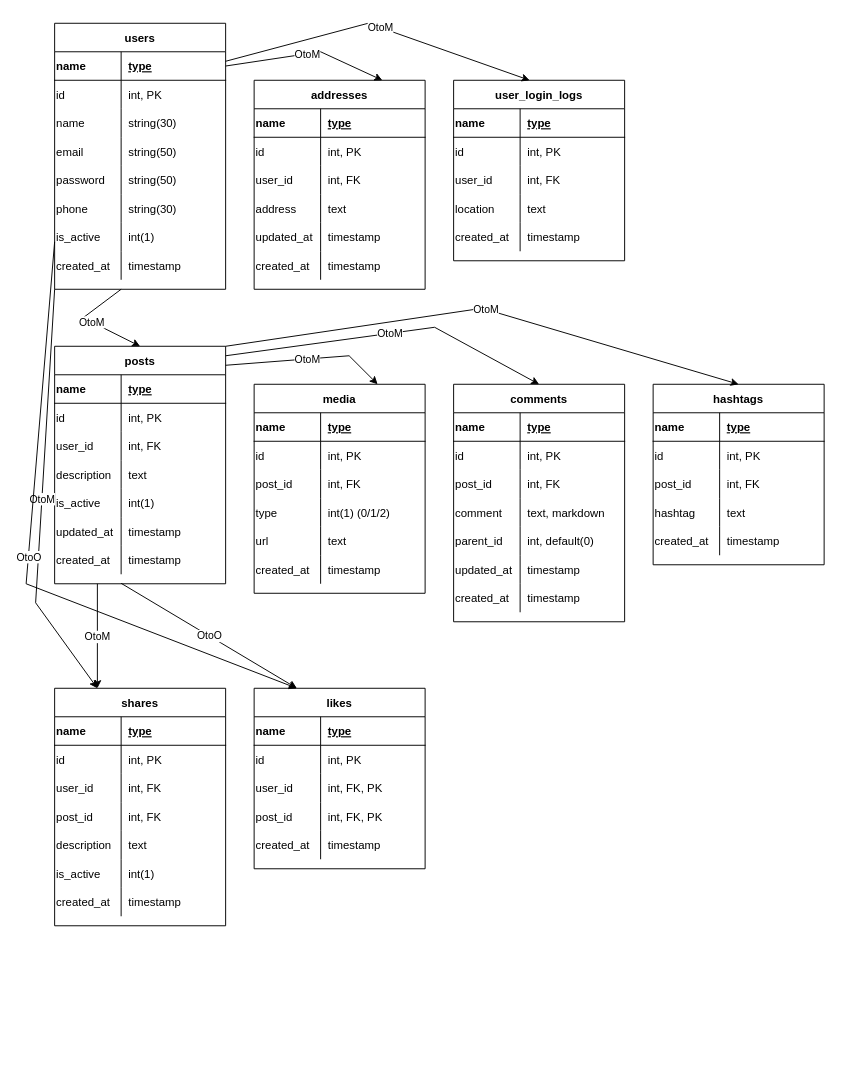
Earlier version of the draw.io diagram Untitled Diagram.drawio (teka808/diagrams). Source tidied: cells renumbered, new cells numbered last; positions are measured from the earlier drawing's top-left corner, leaving out a move shared by most shapes. Both pictures are drawn from the tidied source at 95%, with x=0, y=0 at pixel (26, 23).
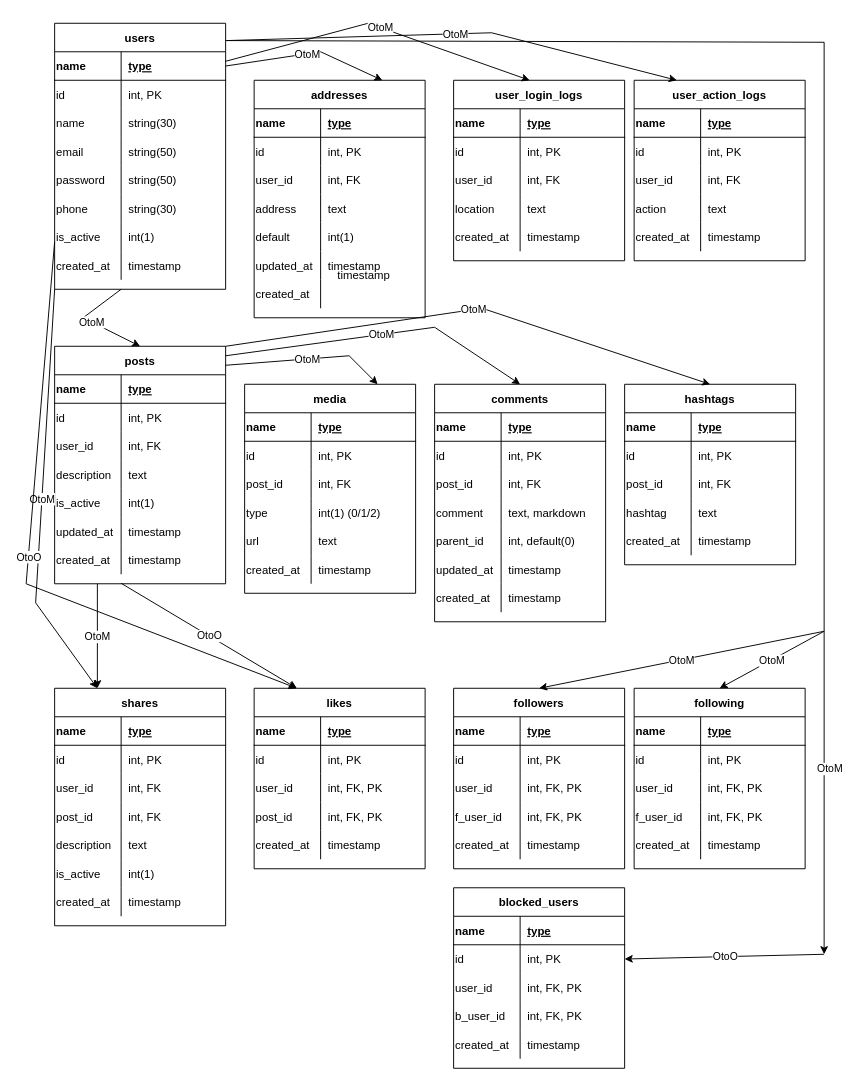
Above is the later version.

The change refers to these unchanged cells:
```xml
<mxCell id="2" value="users" style="shape=table;startSize=30;childLayout=tableLayout;rowLines=0;fontStyle=1;align=center;" parent="1" vertex="1">
  <mxGeometry x="30" width="180" height="280" as="geometry" />
</mxCell>
<mxCell id="40" style="shape=tableRow;horizontal=0;startSize=0;swimlaneHead=0;swimlaneBody=0;fillColor=none;top=0;left=0;right=0;bottom=0;" parent="27" vertex="1">
  <mxGeometry y="150" width="180" height="30" as="geometry" />
</mxCell>
<mxCell id="43" style="shape=tableRow;horizontal=0;startSize=0;swimlaneHead=0;swimlaneBody=0;fillColor=none;top=0;left=0;right=0;bottom=0;" parent="27" vertex="1">
  <mxGeometry y="180" width="180" height="30" as="geometry" />
</mxCell>
```

Diff of the diagram source:
```diff
@@
     <mxCell id="27" value="addresses" style="shape=table;startSize=30;childLayout=tableLayout;rowLines=0;fontStyle=1;align=center;" parent="1" vertex="1">
-      <mxGeometry x="240" y="60" width="180" height="220" as="geometry" />
+      <mxGeometry x="240" y="60" width="180" height="250" as="geometry" />
     </mxCell>
@@
-    <mxCell id="41" value="updated_at" style="shape=partialRectangle;fillColor=none;top=0;left=0;bottom=0;right=0;overflow=hidden;align=left;" parent="40" vertex="1">
+    <mxCell id="41" value="default" style="shape=partialRectangle;fillColor=none;top=0;left=0;bottom=0;right=0;overflow=hidden;align=left;" parent="40" vertex="1">
       <mxGeometry width="70" height="30" as="geometry" />
     </mxCell>
-    <mxCell id="42" value="timestamp" style="shape=partialRectangle;fillColor=none;top=0;left=0;bottom=0;right=0;align=left;spacingLeft=6;overflow=hidden;" parent="40" vertex="1">
+    <mxCell id="42" value="int(1)" style="shape=partialRectangle;fillColor=none;top=0;left=0;bottom=0;right=0;align=left;spacingLeft=6;overflow=hidden;" parent="40" vertex="1">
       <mxGeometry x="70" width="110" height="30" as="geometry" />
     </mxCell>
@@
-    <mxCell id="44" value="created_at" style="shape=partialRectangle;fillColor=none;top=0;left=0;bottom=0;right=0;overflow=hidden;align=left;" parent="43" vertex="1">
+    <mxCell id="44" value="updated_at" style="shape=partialRectangle;fillColor=none;top=0;left=0;bottom=0;right=0;overflow=hidden;align=left;" parent="43" vertex="1">
       <mxGeometry width="70" height="30" as="geometry" />
     </mxCell>
@@
+    <mxCell id="199" style="shape=tableRow;horizontal=0;startSize=0;swimlaneHead=0;swimlaneBody=0;fillColor=none;top=0;left=0;right=0;bottom=0;" parent="27" vertex="1">
+      <mxGeometry y="210" width="180" height="30" as="geometry" />
+    </mxCell>
+    <mxCell id="200" value="created_at" style="shape=partialRectangle;fillColor=none;top=0;left=0;bottom=0;right=0;overflow=hidden;align=left;" parent="199" vertex="1">
+      <mxGeometry width="70" height="30" as="geometry" />
+    </mxCell>
+    <mxCell id="201" style="shape=partialRectangle;fillColor=none;top=0;left=0;bottom=0;right=0;align=left;spacingLeft=6;overflow=hidden;" parent="199" vertex="1">
+      <mxGeometry x="70" width="110" height="30" as="geometry" />
+    </mxCell>
@@
     <mxCell id="68" value="media" style="shape=table;startSize=30;childLayout=tableLayout;rowLines=0;fontStyle=1;align=center;" parent="1" vertex="1">
-      <mxGeometry x="240" y="380" width="180" height="220" as="geometry" />
+      <mxGeometry x="230" y="380" width="180" height="220" as="geometry" />
     </mxCell>
@@
     <mxCell id="87" value="comments" style="shape=table;startSize=30;childLayout=tableLayout;rowLines=0;fontStyle=1;align=center;" parent="1" vertex="1">
-      <mxGeometry x="450" y="380" width="180" height="250" as="geometry" />
+      <mxGeometry x="430" y="380" width="180" height="250" as="geometry" />
     </mxCell>
@@
     <mxCell id="109" value="hashtags" style="shape=table;startSize=30;childLayout=tableLayout;rowLines=0;fontStyle=1;align=center;" parent="1" vertex="1">
-      <mxGeometry x="660" y="380" width="180" height="190" as="geometry" />
+      <mxGeometry x="630" y="380" width="180" height="190" as="geometry" />
     </mxCell>
@@
+    <mxCell id="202" value="followers" style="shape=table;startSize=30;childLayout=tableLayout;rowLines=0;fontStyle=1;align=center;" parent="1" vertex="1">
+      <mxGeometry x="450" y="700" width="180" height="190" as="geometry" />
+    </mxCell>
+    <mxCell id="203" style="shape=tableRow;horizontal=0;startSize=0;swimlaneHead=0;swimlaneBody=0;fillColor=none;top=0;left=0;right=0;bottom=1;" parent="202" vertex="1">
+      <mxGeometry y="30" width="180" height="30" as="geometry" />
+    </mxCell>
+    <mxCell id="204" value="name" style="shape=partialRectangle;fillColor=none;top=0;left=0;bottom=0;right=0;fontStyle=1;overflow=hidden;align=left;" parent="203" vertex="1">
+      <mxGeometry width="70" height="30" as="geometry" />
+    </mxCell>
+    <mxCell id="205" value="type" style="shape=partialRectangle;fillColor=none;top=0;left=0;bottom=0;right=0;align=left;spacingLeft=6;fontStyle=5;overflow=hidden;" parent="203" vertex="1">
+      <mxGeometry x="70" width="110" height="30" as="geometry" />
+    </mxCell>
+    <mxCell id="206" style="shape=tableRow;horizontal=0;startSize=0;swimlaneHead=0;swimlaneBody=0;fillColor=none;top=0;left=0;right=0;bottom=0;" parent="202" vertex="1">
+      <mxGeometry y="60" width="180" height="30" as="geometry" />
+    </mxCell>
+    <mxCell id="207" value="id" style="shape=partialRectangle;fillColor=none;top=0;left=0;bottom=0;right=0;overflow=hidden;align=left;" parent="206" vertex="1">
+      <mxGeometry width="70" height="30" as="geometry" />
+    </mxCell>
+    <mxCell id="208" value="int, PK" style="shape=partialRectangle;fillColor=none;top=0;left=0;bottom=0;right=0;align=left;spacingLeft=6;overflow=hidden;" parent="206" vertex="1">
+      <mxGeometry x="70" width="110" height="30" as="geometry" />
+    </mxCell>
+    <mxCell id="209" style="shape=tableRow;horizontal=0;startSize=0;swimlaneHead=0;swimlaneBody=0;fillColor=none;top=0;left=0;right=0;bottom=0;" parent="202" vertex="1">
+      <mxGeometry y="90" width="180" height="30" as="geometry" />
+    </mxCell>
+    <mxCell id="210" value="user_id" style="shape=partialRectangle;fillColor=none;top=0;left=0;bottom=0;right=0;overflow=hidden;align=left;" parent="209" vertex="1">
+      <mxGeometry width="70" height="30" as="geometry" />
+    </mxCell>
+    <mxCell id="211" value="int, FK, PK" style="shape=partialRectangle;fillColor=none;top=0;left=0;bottom=0;right=0;align=left;spacingLeft=6;overflow=hidden;" parent="209" vertex="1">
+      <mxGeometry x="70" width="110" height="30" as="geometry" />
+    </mxCell>
+    <mxCell id="212" style="shape=tableRow;horizontal=0;startSize=0;swimlaneHead=0;swimlaneBody=0;fillColor=none;top=0;left=0;right=0;bottom=0;" parent="202" vertex="1">
+      <mxGeometry y="120" width="180" height="30" as="geometry" />
+    </mxCell>
+    <mxCell id="213" value="f_user_id" style="shape=partialRectangle;fillColor=none;top=0;left=0;bottom=0;right=0;overflow=hidden;align=left;" parent="212" vertex="1">
+      <mxGeometry width="70" height="30" as="geometry" />
+    </mxCell>
+    <mxCell id="214" value="int, FK, PK" style="shape=partialRectangle;fillColor=none;top=0;left=0;bottom=0;right=0;align=left;spacingLeft=6;overflow=hidden;" parent="212" vertex="1">
+      <mxGeometry x="70" width="110" height="30" as="geometry" />
+    </mxCell>
+    <mxCell id="215" style="shape=tableRow;horizontal=0;startSize=0;swimlaneHead=0;swimlaneBody=0;fillColor=none;top=0;left=0;right=0;bottom=0;" parent="202" vertex="1">
+      <mxGeometry y="150" width="180" height="30" as="geometry" />
+    </mxCell>
+    <mxCell id="216" value="created_at" style="shape=partialRectangle;fillColor=none;top=0;left=0;bottom=0;right=0;overflow=hidden;align=left;" parent="215" vertex="1">
+      <mxGeometry width="70" height="30" as="geometry" />
+    </mxCell>
+    <mxCell id="217" value="timestamp" style="shape=partialRectangle;fillColor=none;top=0;left=0;bottom=0;right=0;align=left;spacingLeft=6;overflow=hidden;" parent="215" vertex="1">
+      <mxGeometry x="70" width="110" height="30" as="geometry" />
+    </mxCell>
+    <mxCell id="218" value="following" style="shape=table;startSize=30;childLayout=tableLayout;rowLines=0;fontStyle=1;align=center;" parent="1" vertex="1">
+      <mxGeometry x="640" y="700" width="180" height="190" as="geometry" />
+    </mxCell>
+    <mxCell id="219" style="shape=tableRow;horizontal=0;startSize=0;swimlaneHead=0;swimlaneBody=0;fillColor=none;top=0;left=0;right=0;bottom=1;" parent="218" vertex="1">
+      <mxGeometry y="30" width="180" height="30" as="geometry" />
+    </mxCell>
+    <mxCell id="220" value="name" style="shape=partialRectangle;fillColor=none;top=0;left=0;bottom=0;right=0;fontStyle=1;overflow=hidden;align=left;" parent="219" vertex="1">
+      <mxGeometry width="70" height="30" as="geometry" />
+    </mxCell>
+    <mxCell id="221" value="type" style="shape=partialRectangle;fillColor=none;top=0;left=0;bottom=0;right=0;align=left;spacingLeft=6;fontStyle=5;overflow=hidden;" parent="219" vertex="1">
+      <mxGeometry x="70" width="110" height="30" as="geometry" />
+    </mxCell>
+    <mxCell id="222" style="shape=tableRow;horizontal=0;startSize=0;swimlaneHead=0;swimlaneBody=0;fillColor=none;top=0;left=0;right=0;bottom=0;" parent="218" vertex="1">
+      <mxGeometry y="60" width="180" height="30" as="geometry" />
+    </mxCell>
+    <mxCell id="223" value="id" style="shape=partialRectangle;fillColor=none;top=0;left=0;bottom=0;right=0;overflow=hidden;align=left;" parent="222" vertex="1">
+      <mxGeometry width="70" height="30" as="geometry" />
+    </mxCell>
+    <mxCell id="224" value="int, PK" style="shape=partialRectangle;fillColor=none;top=0;left=0;bottom=0;right=0;align=left;spacingLeft=6;overflow=hidden;" parent="222" vertex="1">
+      <mxGeometry x="70" width="110" height="30" as="geometry" />
+    </mxCell>
+    <mxCell id="225" style="shape=tableRow;horizontal=0;startSize=0;swimlaneHead=0;swimlaneBody=0;fillColor=none;top=0;left=0;right=0;bottom=0;" parent="218" vertex="1">
+      <mxGeometry y="90" width="180" height="30" as="geometry" />
+    </mxCell>
+    <mxCell id="226" value="user_id" style="shape=partialRectangle;fillColor=none;top=0;left=0;bottom=0;right=0;overflow=hidden;align=left;" parent="225" vertex="1">
+      <mxGeometry width="70" height="30" as="geometry" />
+    </mxCell>
+    <mxCell id="227" value="int, FK, PK" style="shape=partialRectangle;fillColor=none;top=0;left=0;bottom=0;right=0;align=left;spacingLeft=6;overflow=hidden;" parent="225" vertex="1">
+      <mxGeometry x="70" width="110" height="30" as="geometry" />
+    </mxCell>
+    <mxCell id="228" style="shape=tableRow;horizontal=0;startSize=0;swimlaneHead=0;swimlaneBody=0;fillColor=none;top=0;left=0;right=0;bottom=0;" parent="218" vertex="1">
+      <mxGeometry y="120" width="180" height="30" as="geometry" />
+    </mxCell>
+    <mxCell id="229" value="f_user_id" style="shape=partialRectangle;fillColor=none;top=0;left=0;bottom=0;right=0;overflow=hidden;align=left;" parent="228" vertex="1">
+      <mxGeometry width="70" height="30" as="geometry" />
+    </mxCell>
+    <mxCell id="230" value="int, FK, PK" style="shape=partialRectangle;fillColor=none;top=0;left=0;bottom=0;right=0;align=left;spacingLeft=6;overflow=hidden;" parent="228" vertex="1">
+      <mxGeometry x="70" width="110" height="30" as="geometry" />
+    </mxCell>
+    <mxCell id="231" style="shape=tableRow;horizontal=0;startSize=0;swimlaneHead=0;swimlaneBody=0;fillColor=none;top=0;left=0;right=0;bottom=0;" parent="218" vertex="1">
+      <mxGeometry y="150" width="180" height="30" as="geometry" />
+    </mxCell>
+    <mxCell id="232" value="created_at" style="shape=partialRectangle;fillColor=none;top=0;left=0;bottom=0;right=0;overflow=hidden;align=left;" parent="231" vertex="1">
+      <mxGeometry width="70" height="30" as="geometry" />
+    </mxCell>
+    <mxCell id="233" value="timestamp" style="shape=partialRectangle;fillColor=none;top=0;left=0;bottom=0;right=0;align=left;spacingLeft=6;overflow=hidden;" parent="231" vertex="1">
+      <mxGeometry x="70" width="110" height="30" as="geometry" />
+    </mxCell>
+    <mxCell id="234" value="blocked_users" style="shape=table;startSize=30;childLayout=tableLayout;rowLines=0;fontStyle=1;align=center;" parent="1" vertex="1">
+      <mxGeometry x="450" y="910" width="180" height="190" as="geometry" />
+    </mxCell>
+    <mxCell id="235" style="shape=tableRow;horizontal=0;startSize=0;swimlaneHead=0;swimlaneBody=0;fillColor=none;top=0;left=0;right=0;bottom=1;" parent="234" vertex="1">
+      <mxGeometry y="30" width="180" height="30" as="geometry" />
+    </mxCell>
+    <mxCell id="236" value="name" style="shape=partialRectangle;fillColor=none;top=0;left=0;bottom=0;right=0;fontStyle=1;overflow=hidden;align=left;" parent="235" vertex="1">
+      <mxGeometry width="70" height="30" as="geometry" />
+    </mxCell>
+    <mxCell id="237" value="type" style="shape=partialRectangle;fillColor=none;top=0;left=0;bottom=0;right=0;align=left;spacingLeft=6;fontStyle=5;overflow=hidden;" parent="235" vertex="1">
+      <mxGeometry x="70" width="110" height="30" as="geometry" />
+    </mxCell>
+    <mxCell id="238" style="shape=tableRow;horizontal=0;startSize=0;swimlaneHead=0;swimlaneBody=0;fillColor=none;points=[[0,0.5],[1,0.5]];portConstraint=eastwest;top=0;left=0;right=0;bottom=0;" parent="234" vertex="1">
+      <mxGeometry y="60" width="180" height="30" as="geometry" />
+    </mxCell>
+    <mxCell id="239" value="id" style="shape=partialRectangle;fillColor=none;top=0;left=0;bottom=0;right=0;overflow=hidden;align=left;" parent="238" vertex="1">
+      <mxGeometry width="70" height="30" as="geometry" />
+    </mxCell>
+    <mxCell id="240" value="int, PK" style="shape=partialRectangle;fillColor=none;top=0;left=0;bottom=0;right=0;align=left;spacingLeft=6;overflow=hidden;" parent="238" vertex="1">
+      <mxGeometry x="70" width="110" height="30" as="geometry" />
+    </mxCell>
+    <mxCell id="241" style="shape=tableRow;horizontal=0;startSize=0;swimlaneHead=0;swimlaneBody=0;fillColor=none;top=0;left=0;right=0;bottom=0;" parent="234" vertex="1">
+      <mxGeometry y="90" width="180" height="30" as="geometry" />
+    </mxCell>
+    <mxCell id="242" value="user_id" style="shape=partialRectangle;fillColor=none;top=0;left=0;bottom=0;right=0;overflow=hidden;align=left;" parent="241" vertex="1">
+      <mxGeometry width="70" height="30" as="geometry" />
+    </mxCell>
+    <mxCell id="243" value="int, FK, PK" style="shape=partialRectangle;fillColor=none;top=0;left=0;bottom=0;right=0;align=left;spacingLeft=6;overflow=hidden;" parent="241" vertex="1">
+      <mxGeometry x="70" width="110" height="30" as="geometry" />
+    </mxCell>
+    <mxCell id="244" style="shape=tableRow;horizontal=0;startSize=0;swimlaneHead=0;swimlaneBody=0;fillColor=none;top=0;left=0;right=0;bottom=0;" parent="234" vertex="1">
+      <mxGeometry y="120" width="180" height="30" as="geometry" />
+    </mxCell>
+    <mxCell id="245" value="b_user_id" style="shape=partialRectangle;fillColor=none;top=0;left=0;bottom=0;right=0;overflow=hidden;align=left;" parent="244" vertex="1">
+      <mxGeometry width="70" height="30" as="geometry" />
+    </mxCell>
+    <mxCell id="246" value="int, FK, PK" style="shape=partialRectangle;fillColor=none;top=0;left=0;bottom=0;right=0;align=left;spacingLeft=6;overflow=hidden;" parent="244" vertex="1">
+      <mxGeometry x="70" width="110" height="30" as="geometry" />
+    </mxCell>
+    <mxCell id="247" style="shape=tableRow;horizontal=0;startSize=0;swimlaneHead=0;swimlaneBody=0;fillColor=none;top=0;left=0;right=0;bottom=0;" parent="234" vertex="1">
+      <mxGeometry y="150" width="180" height="30" as="geometry" />
+    </mxCell>
+    <mxCell id="248" value="created_at" style="shape=partialRectangle;fillColor=none;top=0;left=0;bottom=0;right=0;overflow=hidden;align=left;" parent="247" vertex="1">
+      <mxGeometry width="70" height="30" as="geometry" />
+    </mxCell>
+    <mxCell id="249" value="timestamp" style="shape=partialRectangle;fillColor=none;top=0;left=0;bottom=0;right=0;align=left;spacingLeft=6;overflow=hidden;" parent="247" vertex="1">
+      <mxGeometry x="70" width="110" height="30" as="geometry" />
+    </mxCell>
+    <mxCell id="250" value="user_action_logs" style="shape=table;startSize=30;childLayout=tableLayout;rowLines=0;fontStyle=1;align=center;" parent="1" vertex="1">
+      <mxGeometry x="640" y="60" width="180" height="190" as="geometry" />
+    </mxCell>
+    <mxCell id="251" style="shape=tableRow;horizontal=0;startSize=0;swimlaneHead=0;swimlaneBody=0;fillColor=none;top=0;left=0;right=0;bottom=1;" parent="250" vertex="1">
+      <mxGeometry y="30" width="180" height="30" as="geometry" />
+    </mxCell>
+    <mxCell id="252" value="name" style="shape=partialRectangle;fillColor=none;top=0;left=0;bottom=0;right=0;fontStyle=1;overflow=hidden;align=left;" parent="251" vertex="1">
+      <mxGeometry width="70" height="30" as="geometry" />
+    </mxCell>
+    <mxCell id="253" value="type" style="shape=partialRectangle;fillColor=none;top=0;left=0;bottom=0;right=0;align=left;spacingLeft=6;fontStyle=5;overflow=hidden;" parent="251" vertex="1">
+      <mxGeometry x="70" width="110" height="30" as="geometry" />
+    </mxCell>
+    <mxCell id="254" style="shape=tableRow;horizontal=0;startSize=0;swimlaneHead=0;swimlaneBody=0;fillColor=none;top=0;left=0;right=0;bottom=0;" parent="250" vertex="1">
+      <mxGeometry y="60" width="180" height="30" as="geometry" />
+    </mxCell>
+    <mxCell id="255" value="id" style="shape=partialRectangle;fillColor=none;top=0;left=0;bottom=0;right=0;overflow=hidden;align=left;" parent="254" vertex="1">
+      <mxGeometry width="70" height="30" as="geometry" />
+    </mxCell>
+    <mxCell id="256" value="int, PK" style="shape=partialRectangle;fillColor=none;top=0;left=0;bottom=0;right=0;align=left;spacingLeft=6;overflow=hidden;" parent="254" vertex="1">
+      <mxGeometry x="70" width="110" height="30" as="geometry" />
+    </mxCell>
+    <mxCell id="257" style="shape=tableRow;horizontal=0;startSize=0;swimlaneHead=0;swimlaneBody=0;fillColor=none;top=0;left=0;right=0;bottom=0;" parent="250" vertex="1">
+      <mxGeometry y="90" width="180" height="30" as="geometry" />
+    </mxCell>
+    <mxCell id="258" value="user_id" style="shape=partialRectangle;fillColor=none;top=0;left=0;bottom=0;right=0;overflow=hidden;align=left;" parent="257" vertex="1">
+      <mxGeometry width="70" height="30" as="geometry" />
+    </mxCell>
+    <mxCell id="259" value="int, FK" style="shape=partialRectangle;fillColor=none;top=0;left=0;bottom=0;right=0;align=left;spacingLeft=6;overflow=hidden;" parent="257" vertex="1">
+      <mxGeometry x="70" width="110" height="30" as="geometry" />
+    </mxCell>
+    <mxCell id="260" style="shape=tableRow;horizontal=0;startSize=0;swimlaneHead=0;swimlaneBody=0;fillColor=none;top=0;left=0;right=0;bottom=0;" parent="250" vertex="1">
+      <mxGeometry y="120" width="180" height="30" as="geometry" />
+    </mxCell>
+    <mxCell id="261" value="action" style="shape=partialRectangle;fillColor=none;top=0;left=0;bottom=0;right=0;overflow=hidden;align=left;" parent="260" vertex="1">
+      <mxGeometry width="70" height="30" as="geometry" />
+    </mxCell>
+    <mxCell id="262" value="text" style="shape=partialRectangle;fillColor=none;top=0;left=0;bottom=0;right=0;align=left;spacingLeft=6;overflow=hidden;" parent="260" vertex="1">
+      <mxGeometry x="70" width="110" height="30" as="geometry" />
+    </mxCell>
+    <mxCell id="263" style="shape=tableRow;horizontal=0;startSize=0;swimlaneHead=0;swimlaneBody=0;fillColor=none;top=0;left=0;right=0;bottom=0;" parent="250" vertex="1">
+      <mxGeometry y="150" width="180" height="30" as="geometry" />
+    </mxCell>
+    <mxCell id="264" value="created_at" style="shape=partialRectangle;fillColor=none;top=0;left=0;bottom=0;right=0;overflow=hidden;align=left;" parent="263" vertex="1">
+      <mxGeometry width="70" height="30" as="geometry" />
+    </mxCell>
+    <mxCell id="265" value="timestamp" style="shape=partialRectangle;fillColor=none;top=0;left=0;bottom=0;right=0;align=left;spacingLeft=6;overflow=hidden;" parent="263" vertex="1">
+      <mxGeometry x="70" width="110" height="30" as="geometry" />
+    </mxCell>
+    <mxCell id="266" style="endArrow=classic;html=1;rounded=0;exitX=1.009;exitY=0.065;exitDx=0;exitDy=0;exitPerimeter=0;entryX=0.25;entryY=0;entryDx=0;entryDy=0;" parent="1" edge="1" source="2" target="250">
+      <mxGeometry relative="1" as="geometry">
+        <Array as="points">
+          <mxPoint x="490" y="10" />
+        </Array>
+      </mxGeometry>
+    </mxCell>
+    <mxCell id="267" value="OtoM" style="edgeLabel;html=1;align=center;verticalAlign=middle;" parent="266" vertex="1">
+      <mxGeometry relative="1" as="geometry" />
+    </mxCell>
+    <mxCell id="268" style="endArrow=classic;html=1;rounded=0;exitX=1.009;exitY=0.065;exitDx=0;exitDy=0;exitPerimeter=0;" parent="1" edge="1">
+      <mxGeometry relative="1" as="geometry">
+        <mxPoint x="210" y="18.2" as="sourcePoint" />
+        <mxPoint x="840" y="980" as="targetPoint" />
+        <Array as="points">
+          <mxPoint x="840" y="20" />
+        </Array>
+      </mxGeometry>
+    </mxCell>
+    <mxCell id="269" value="OtoM" style="edgeLabel;html=1;align=center;verticalAlign=middle;" parent="268" vertex="1">
+      <mxGeometry relative="1" as="geometry">
+        <mxPoint x="5" y="600" as="offset" />
+      </mxGeometry>
+    </mxCell>
+    <mxCell id="270" style="endArrow=classic;html=1;rounded=0;entryX=1;entryY=0.5;entryDx=0;entryDy=0;" parent="1" edge="1" target="238">
+      <mxGeometry relative="1" as="geometry">
+        <mxPoint x="840" y="980" as="sourcePoint" />
+      </mxGeometry>
+    </mxCell>
+    <mxCell id="271" value="OtoO" style="edgeLabel;html=1;align=center;verticalAlign=middle;" parent="270" vertex="1">
+      <mxGeometry relative="1" as="geometry" />
+    </mxCell>
+    <mxCell id="272" style="endArrow=classic;html=1;rounded=0;entryX=0.5;entryY=0;entryDx=0;entryDy=0;" parent="1" edge="1" target="202">
+      <mxGeometry relative="1" as="geometry">
+        <mxPoint x="840" y="640" as="sourcePoint" />
+      </mxGeometry>
+    </mxCell>
+    <mxCell id="273" value="OtoM" style="edgeLabel;html=1;align=center;verticalAlign=middle;" parent="272" vertex="1">
+      <mxGeometry relative="1" as="geometry" />
+    </mxCell>
+    <mxCell id="274" style="endArrow=classic;html=1;rounded=0;entryX=0.5;entryY=0;entryDx=0;entryDy=0;" parent="1" edge="1" target="218">
+      <mxGeometry relative="1" as="geometry">
+        <mxPoint x="840" y="640" as="sourcePoint" />
+      </mxGeometry>
+    </mxCell>
+    <mxCell id="275" value="OtoM" style="edgeLabel;html=1;align=center;verticalAlign=middle;" parent="274" vertex="1">
+      <mxGeometry relative="1" as="geometry" />
+    </mxCell>
+    <mxCell id="276" value="timestamp" style="shape=partialRectangle;fillColor=none;top=0;left=0;bottom=0;right=0;align=left;spacingLeft=6;overflow=hidden;" parent="1" vertex="1">
+      <mxGeometry x="320" y="250" width="110" height="30" as="geometry" />
+    </mxCell>
```
